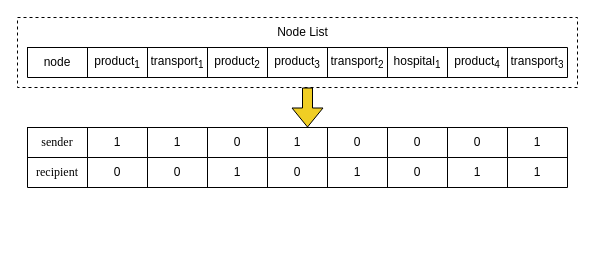
Above: page "3.4" (6 of 24) of 未命名绘图.drawio in jue73/7339 (draw.io), before the change. Source tidied: cells renumbered, new cells numbered last; positions are measured from the earlier drawing's top-left corner, leaving out a move shared by most shapes. Both pictures are drawn from the tidied source at 100%, with x=0, y=0 at pixel (17, 17).
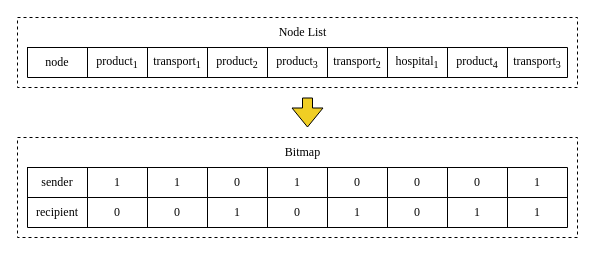
The same page after the edit.

The change refers to these unchanged cells:
```xml
<mxCell id="5" style="shape=tableRow;horizontal=0;startSize=0;swimlaneHead=0;swimlaneBody=0;strokeColor=inherit;top=0;left=0;bottom=0;right=0;fillColor=none;" parent="4" vertex="1">
  <mxGeometry width="540" height="30" as="geometry" />
</mxCell>
<mxCell id="15" style="shape=tableRow;horizontal=0;startSize=0;swimlaneHead=0;swimlaneBody=0;strokeColor=inherit;top=0;left=0;bottom=0;right=0;fillColor=none;" parent="4" vertex="1">
  <mxGeometry y="30" width="540" height="30" as="geometry" />
</mxCell>
<mxCell id="26" style="shape=tableRow;horizontal=0;startSize=0;swimlaneHead=0;swimlaneBody=0;strokeColor=inherit;top=0;left=0;bottom=0;right=0;fillColor=none;" parent="25" vertex="1">
  <mxGeometry width="540" height="30" as="geometry" />
</mxCell>
```

What changed in the source:
```diff
@@
     <mxCell id="3" style="shape=flexArrow;endArrow=classic;html=1;rounded=0;fontFamily=Helvetica;fontSize=12;fontColor=default;fillColor=#f0ce24;" parent="1" edge="1">
       <mxGeometry relative="1" as="geometry">
-        <mxPoint x="290" y="70" as="sourcePoint" />
+        <mxPoint x="290" y="80" as="sourcePoint" />
         <mxPoint x="290" y="110" as="targetPoint" />
       </mxGeometry>
     </mxCell>
     <mxCell id="4" style="shape=table;startSize=0;childLayout=tableLayout;" parent="1" vertex="1">
-      <mxGeometry x="10" y="110" width="540" height="60" as="geometry" />
+      <mxGeometry x="10" y="150" width="540" height="60" as="geometry" />
     </mxCell>
@@
-    <mxCell id="7" value="1" style="shape=partialRectangle;html=1;whiteSpace=wrap;strokeColor=inherit;overflow=hidden;fillColor=none;top=0;left=0;bottom=0;right=0;" parent="5" vertex="1">
+    <mxCell id="7" value="&lt;font face=&quot;Times New Roman&quot;&gt;1&lt;/font&gt;" style="shape=partialRectangle;html=1;whiteSpace=wrap;strokeColor=inherit;overflow=hidden;fillColor=none;top=0;left=0;bottom=0;right=0;" parent="5" vertex="1">
       <mxGeometry x="60" width="60" height="30" as="geometry" />
     </mxCell>
-    <mxCell id="8" value="1" style="shape=partialRectangle;html=1;whiteSpace=wrap;strokeColor=inherit;overflow=hidden;fillColor=none;top=0;left=0;bottom=0;right=0;" parent="5" vertex="1">
+    <mxCell id="8" value="&lt;font face=&quot;Times New Roman&quot;&gt;1&lt;/font&gt;" style="shape=partialRectangle;html=1;whiteSpace=wrap;strokeColor=inherit;overflow=hidden;fillColor=none;top=0;left=0;bottom=0;right=0;" parent="5" vertex="1">
       <mxGeometry x="120" width="60" height="30" as="geometry" />
     </mxCell>
-    <mxCell id="9" value="0" style="shape=partialRectangle;html=1;whiteSpace=wrap;strokeColor=inherit;overflow=hidden;fillColor=none;top=0;left=0;bottom=0;right=0;" parent="5" vertex="1">
+    <mxCell id="9" value="&lt;font face=&quot;Times New Roman&quot;&gt;0&lt;/font&gt;" style="shape=partialRectangle;html=1;whiteSpace=wrap;strokeColor=inherit;overflow=hidden;fillColor=none;top=0;left=0;bottom=0;right=0;" parent="5" vertex="1">
       <mxGeometry x="180" width="60" height="30" as="geometry" />
     </mxCell>
-    <mxCell id="10" value="1" style="shape=partialRectangle;html=1;whiteSpace=wrap;strokeColor=inherit;overflow=hidden;fillColor=none;top=0;left=0;bottom=0;right=0;" parent="5" vertex="1">
+    <mxCell id="10" value="&lt;font face=&quot;Times New Roman&quot;&gt;1&lt;/font&gt;" style="shape=partialRectangle;html=1;whiteSpace=wrap;strokeColor=inherit;overflow=hidden;fillColor=none;top=0;left=0;bottom=0;right=0;" parent="5" vertex="1">
       <mxGeometry x="240" width="60" height="30" as="geometry" />
     </mxCell>
-    <mxCell id="11" value="0" style="shape=partialRectangle;html=1;whiteSpace=wrap;strokeColor=inherit;overflow=hidden;fillColor=none;top=0;left=0;bottom=0;right=0;" parent="5" vertex="1">
+    <mxCell id="11" value="&lt;font face=&quot;Times New Roman&quot;&gt;0&lt;/font&gt;" style="shape=partialRectangle;html=1;whiteSpace=wrap;strokeColor=inherit;overflow=hidden;fillColor=none;top=0;left=0;bottom=0;right=0;" parent="5" vertex="1">
       <mxGeometry x="300" width="60" height="30" as="geometry" />
     </mxCell>
-    <mxCell id="12" value="0" style="shape=partialRectangle;html=1;whiteSpace=wrap;strokeColor=inherit;overflow=hidden;fillColor=none;top=0;left=0;bottom=0;right=0;" parent="5" vertex="1">
+    <mxCell id="12" value="&lt;font face=&quot;Times New Roman&quot;&gt;0&lt;/font&gt;" style="shape=partialRectangle;html=1;whiteSpace=wrap;strokeColor=inherit;overflow=hidden;fillColor=none;top=0;left=0;bottom=0;right=0;" parent="5" vertex="1">
       <mxGeometry x="360" width="60" height="30" as="geometry" />
     </mxCell>
-    <mxCell id="13" value="0" style="shape=partialRectangle;html=1;whiteSpace=wrap;strokeColor=inherit;overflow=hidden;fillColor=none;top=0;left=0;bottom=0;right=0;" parent="5" vertex="1">
+    <mxCell id="13" value="&lt;font face=&quot;Times New Roman&quot;&gt;0&lt;/font&gt;" style="shape=partialRectangle;html=1;whiteSpace=wrap;strokeColor=inherit;overflow=hidden;fillColor=none;top=0;left=0;bottom=0;right=0;" parent="5" vertex="1">
       <mxGeometry x="420" width="60" height="30" as="geometry" />
     </mxCell>
-    <mxCell id="14" value="1" style="shape=partialRectangle;html=1;whiteSpace=wrap;strokeColor=inherit;overflow=hidden;fillColor=none;top=0;left=0;bottom=0;right=0;" parent="5" vertex="1">
+    <mxCell id="14" value="&lt;font face=&quot;Times New Roman&quot;&gt;1&lt;/font&gt;" style="shape=partialRectangle;html=1;whiteSpace=wrap;strokeColor=inherit;overflow=hidden;fillColor=none;top=0;left=0;bottom=0;right=0;" parent="5" vertex="1">
       <mxGeometry x="480" width="60" height="30" as="geometry" />
     </mxCell>
@@
-    <mxCell id="17" value="0" style="shape=partialRectangle;html=1;whiteSpace=wrap;strokeColor=inherit;overflow=hidden;fillColor=none;top=0;left=0;bottom=0;right=0;" parent="15" vertex="1">
+    <mxCell id="17" value="&lt;font face=&quot;Times New Roman&quot;&gt;0&lt;/font&gt;" style="shape=partialRectangle;html=1;whiteSpace=wrap;strokeColor=inherit;overflow=hidden;fillColor=none;top=0;left=0;bottom=0;right=0;" parent="15" vertex="1">
       <mxGeometry x="60" width="60" height="30" as="geometry" />
     </mxCell>
-    <mxCell id="18" value="0" style="shape=partialRectangle;html=1;whiteSpace=wrap;strokeColor=inherit;overflow=hidden;fillColor=none;top=0;left=0;bottom=0;right=0;" parent="15" vertex="1">
+    <mxCell id="18" value="&lt;font face=&quot;Times New Roman&quot;&gt;0&lt;/font&gt;" style="shape=partialRectangle;html=1;whiteSpace=wrap;strokeColor=inherit;overflow=hidden;fillColor=none;top=0;left=0;bottom=0;right=0;" parent="15" vertex="1">
       <mxGeometry x="120" width="60" height="30" as="geometry" />
     </mxCell>
-    <mxCell id="19" value="1" style="shape=partialRectangle;html=1;whiteSpace=wrap;strokeColor=inherit;overflow=hidden;fillColor=none;top=0;left=0;bottom=0;right=0;" parent="15" vertex="1">
+    <mxCell id="19" value="&lt;font face=&quot;Times New Roman&quot;&gt;1&lt;/font&gt;" style="shape=partialRectangle;html=1;whiteSpace=wrap;strokeColor=inherit;overflow=hidden;fillColor=none;top=0;left=0;bottom=0;right=0;" parent="15" vertex="1">
       <mxGeometry x="180" width="60" height="30" as="geometry" />
     </mxCell>
-    <mxCell id="20" value="0" style="shape=partialRectangle;html=1;whiteSpace=wrap;strokeColor=inherit;overflow=hidden;fillColor=none;top=0;left=0;bottom=0;right=0;" parent="15" vertex="1">
+    <mxCell id="20" value="&lt;font face=&quot;Times New Roman&quot;&gt;0&lt;/font&gt;" style="shape=partialRectangle;html=1;whiteSpace=wrap;strokeColor=inherit;overflow=hidden;fillColor=none;top=0;left=0;bottom=0;right=0;" parent="15" vertex="1">
       <mxGeometry x="240" width="60" height="30" as="geometry" />
     </mxCell>
-    <mxCell id="21" value="1" style="shape=partialRectangle;html=1;whiteSpace=wrap;strokeColor=inherit;overflow=hidden;fillColor=none;top=0;left=0;bottom=0;right=0;" parent="15" vertex="1">
+    <mxCell id="21" value="&lt;font face=&quot;Times New Roman&quot;&gt;1&lt;/font&gt;" style="shape=partialRectangle;html=1;whiteSpace=wrap;strokeColor=inherit;overflow=hidden;fillColor=none;top=0;left=0;bottom=0;right=0;" parent="15" vertex="1">
       <mxGeometry x="300" width="60" height="30" as="geometry" />
     </mxCell>
-    <mxCell id="22" value="0" style="shape=partialRectangle;html=1;whiteSpace=wrap;strokeColor=inherit;overflow=hidden;fillColor=none;top=0;left=0;bottom=0;right=0;" parent="15" vertex="1">
+    <mxCell id="22" value="&lt;font face=&quot;Times New Roman&quot;&gt;0&lt;/font&gt;" style="shape=partialRectangle;html=1;whiteSpace=wrap;strokeColor=inherit;overflow=hidden;fillColor=none;top=0;left=0;bottom=0;right=0;" parent="15" vertex="1">
       <mxGeometry x="360" width="60" height="30" as="geometry" />
     </mxCell>
-    <mxCell id="23" value="1" style="shape=partialRectangle;html=1;whiteSpace=wrap;strokeColor=inherit;overflow=hidden;fillColor=none;top=0;left=0;bottom=0;right=0;" parent="15" vertex="1">
+    <mxCell id="23" value="&lt;font face=&quot;Times New Roman&quot;&gt;1&lt;/font&gt;" style="shape=partialRectangle;html=1;whiteSpace=wrap;strokeColor=inherit;overflow=hidden;fillColor=none;top=0;left=0;bottom=0;right=0;" parent="15" vertex="1">
       <mxGeometry x="420" width="60" height="30" as="geometry" />
     </mxCell>
-    <mxCell id="24" value="1" style="shape=partialRectangle;html=1;whiteSpace=wrap;strokeColor=inherit;overflow=hidden;fillColor=none;top=0;left=0;bottom=0;right=0;" parent="15" vertex="1">
+    <mxCell id="24" value="&lt;font face=&quot;Times New Roman&quot;&gt;1&lt;/font&gt;" style="shape=partialRectangle;html=1;whiteSpace=wrap;strokeColor=inherit;overflow=hidden;fillColor=none;top=0;left=0;bottom=0;right=0;" parent="15" vertex="1">
       <mxGeometry x="480" width="60" height="30" as="geometry" />
     </mxCell>
@@
-    <mxCell id="27" value="node" style="shape=partialRectangle;html=1;whiteSpace=wrap;strokeColor=inherit;overflow=hidden;fillColor=none;top=0;left=0;bottom=0;right=0;" parent="26" vertex="1">
+    <mxCell id="27" value="&lt;font face=&quot;Times New Roman&quot;&gt;node&lt;/font&gt;" style="shape=partialRectangle;html=1;whiteSpace=wrap;strokeColor=inherit;overflow=hidden;fillColor=none;top=0;left=0;bottom=0;right=0;" parent="26" vertex="1">
       <mxGeometry width="60" height="30" as="geometry" />
     </mxCell>
-    <mxCell id="28" value="product&lt;sub&gt;1&lt;/sub&gt;" style="shape=partialRectangle;html=1;whiteSpace=wrap;strokeColor=inherit;overflow=hidden;fillColor=none;top=0;left=0;bottom=0;right=0;" parent="26" vertex="1">
+    <mxCell id="28" value="&lt;font face=&quot;Times New Roman&quot;&gt;product&lt;sub&gt;1&lt;/sub&gt;&lt;/font&gt;" style="shape=partialRectangle;html=1;whiteSpace=wrap;strokeColor=inherit;overflow=hidden;fillColor=none;top=0;left=0;bottom=0;right=0;" parent="26" vertex="1">
       <mxGeometry x="60" width="60" height="30" as="geometry" />
     </mxCell>
-    <mxCell id="29" value="transport&lt;sub&gt;1&lt;/sub&gt;" style="shape=partialRectangle;html=1;whiteSpace=wrap;strokeColor=inherit;overflow=hidden;fillColor=none;top=0;left=0;bottom=0;right=0;" parent="26" vertex="1">
+    <mxCell id="29" value="&lt;font face=&quot;Times New Roman&quot;&gt;transport&lt;sub&gt;1&lt;/sub&gt;&lt;/font&gt;" style="shape=partialRectangle;html=1;whiteSpace=wrap;strokeColor=inherit;overflow=hidden;fillColor=none;top=0;left=0;bottom=0;right=0;" parent="26" vertex="1">
       <mxGeometry x="120" width="60" height="30" as="geometry" />
     </mxCell>
-    <mxCell id="30" value="product&lt;sub&gt;2&lt;/sub&gt;" style="shape=partialRectangle;html=1;whiteSpace=wrap;strokeColor=inherit;overflow=hidden;fillColor=none;top=0;left=0;bottom=0;right=0;" parent="26" vertex="1">
+    <mxCell id="30" value="&lt;font face=&quot;Times New Roman&quot;&gt;product&lt;sub&gt;2&lt;/sub&gt;&lt;/font&gt;" style="shape=partialRectangle;html=1;whiteSpace=wrap;strokeColor=inherit;overflow=hidden;fillColor=none;top=0;left=0;bottom=0;right=0;" parent="26" vertex="1">
       <mxGeometry x="180" width="60" height="30" as="geometry" />
     </mxCell>
-    <mxCell id="31" value="product&lt;sub&gt;3&lt;/sub&gt;" style="shape=partialRectangle;html=1;whiteSpace=wrap;strokeColor=inherit;overflow=hidden;fillColor=none;top=0;left=0;bottom=0;right=0;" parent="26" vertex="1">
+    <mxCell id="31" value="&lt;font face=&quot;Times New Roman&quot;&gt;product&lt;sub&gt;3&lt;/sub&gt;&lt;/font&gt;" style="shape=partialRectangle;html=1;whiteSpace=wrap;strokeColor=inherit;overflow=hidden;fillColor=none;top=0;left=0;bottom=0;right=0;" parent="26" vertex="1">
       <mxGeometry x="240" width="60" height="30" as="geometry" />
     </mxCell>
-    <mxCell id="32" value="transport&lt;sub&gt;2&lt;/sub&gt;" style="shape=partialRectangle;html=1;whiteSpace=wrap;strokeColor=inherit;overflow=hidden;fillColor=none;top=0;left=0;bottom=0;right=0;" parent="26" vertex="1">
+    <mxCell id="32" value="&lt;font face=&quot;Times New Roman&quot;&gt;transport&lt;sub&gt;2&lt;/sub&gt;&lt;/font&gt;" style="shape=partialRectangle;html=1;whiteSpace=wrap;strokeColor=inherit;overflow=hidden;fillColor=none;top=0;left=0;bottom=0;right=0;" parent="26" vertex="1">
       <mxGeometry x="300" width="60" height="30" as="geometry" />
     </mxCell>
-    <mxCell id="33" value="hospital&lt;sub&gt;1&lt;/sub&gt;" style="shape=partialRectangle;html=1;whiteSpace=wrap;strokeColor=inherit;overflow=hidden;fillColor=none;top=0;left=0;bottom=0;right=0;" parent="26" vertex="1">
+    <mxCell id="33" value="&lt;font face=&quot;Times New Roman&quot;&gt;hospital&lt;sub&gt;1&lt;/sub&gt;&lt;/font&gt;" style="shape=partialRectangle;html=1;whiteSpace=wrap;strokeColor=inherit;overflow=hidden;fillColor=none;top=0;left=0;bottom=0;right=0;" parent="26" vertex="1">
       <mxGeometry x="360" width="60" height="30" as="geometry" />
     </mxCell>
-    <mxCell id="34" value="product&lt;sub&gt;4&lt;/sub&gt;" style="shape=partialRectangle;html=1;whiteSpace=wrap;strokeColor=inherit;overflow=hidden;fillColor=none;top=0;left=0;bottom=0;right=0;" parent="26" vertex="1">
+    <mxCell id="34" value="&lt;font face=&quot;Times New Roman&quot;&gt;product&lt;sub&gt;4&lt;/sub&gt;&lt;/font&gt;" style="shape=partialRectangle;html=1;whiteSpace=wrap;strokeColor=inherit;overflow=hidden;fillColor=none;top=0;left=0;bottom=0;right=0;" parent="26" vertex="1">
       <mxGeometry x="420" width="60" height="30" as="geometry" />
     </mxCell>
-    <mxCell id="35" value="transport&lt;sub&gt;3&lt;/sub&gt;" style="shape=partialRectangle;html=1;whiteSpace=wrap;strokeColor=inherit;overflow=hidden;fillColor=none;top=0;left=0;bottom=0;right=0;" parent="26" vertex="1">
+    <mxCell id="35" value="&lt;font face=&quot;Times New Roman&quot;&gt;transport&lt;sub&gt;3&lt;/sub&gt;&lt;/font&gt;" style="shape=partialRectangle;html=1;whiteSpace=wrap;strokeColor=inherit;overflow=hidden;fillColor=none;top=0;left=0;bottom=0;right=0;" parent="26" vertex="1">
       <mxGeometry x="480" width="60" height="30" as="geometry" />
     </mxCell>
-    <mxCell id="36" value="Node List" style="text;html=1;align=center;verticalAlign=middle;strokeColor=none;fillColor=none;" parent="1" vertex="1">
+    <mxCell id="36" value="&lt;font face=&quot;Times New Roman&quot;&gt;Node List&lt;/font&gt;" style="text;html=1;align=center;verticalAlign=middle;strokeColor=none;fillColor=none;" parent="1" vertex="1">
       <mxGeometry x="250" width="70" height="30" as="geometry" />
     </mxCell>
+    <mxCell id="37" style="rounded=0;whiteSpace=wrap;html=1;fillColor=none;dashed=1;" parent="1" vertex="1">
+      <mxGeometry y="120" width="560" height="100" as="geometry" />
+    </mxCell>
+    <mxCell id="38" value="&lt;font face=&quot;Times New Roman&quot;&gt;Bitmap&lt;/font&gt;" style="text;html=1;align=center;verticalAlign=middle;strokeColor=none;fillColor=none;" parent="1" vertex="1">
+      <mxGeometry x="255" y="120" width="60" height="30" as="geometry" />
+    </mxCell>
```
